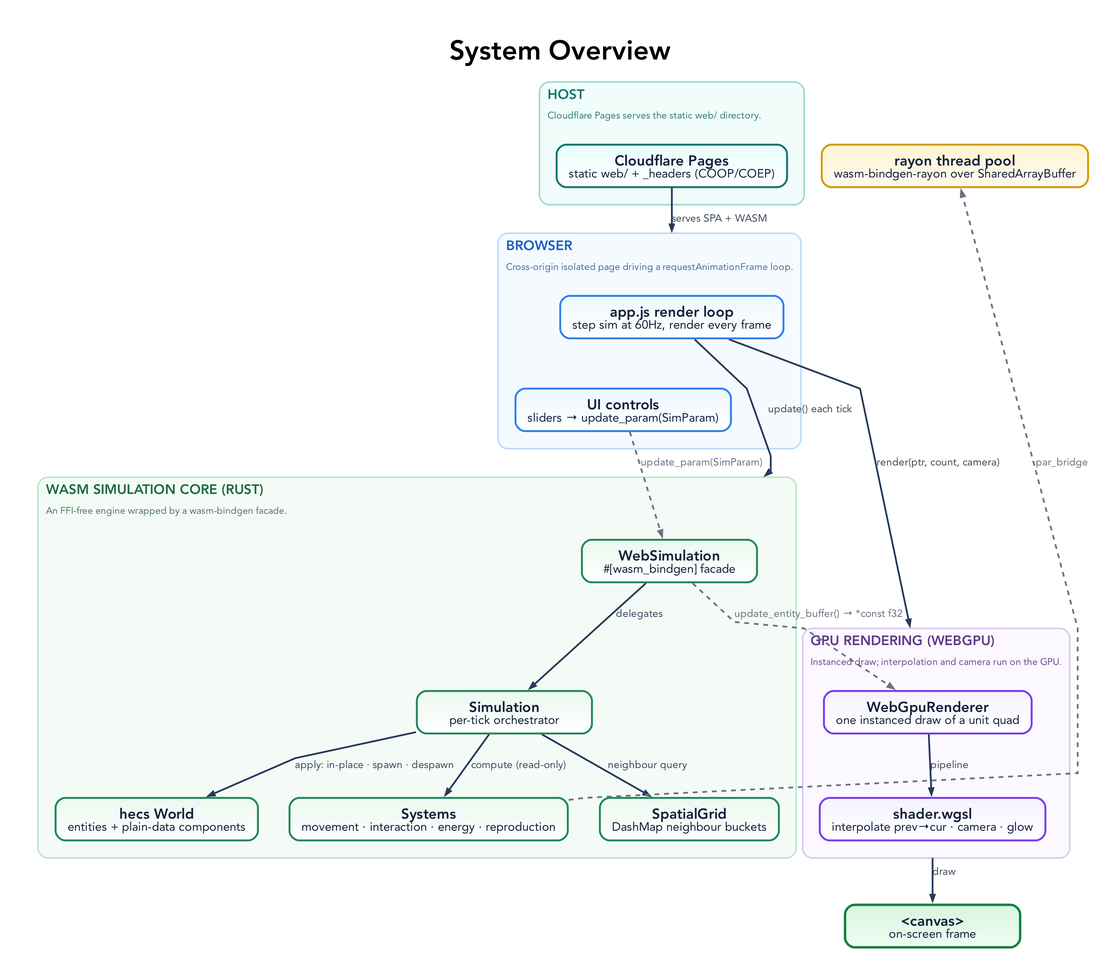
This is docs/diagrams/system-overview.png from rgilks/evo, a Graphviz export, as it was before one commit. Its source is kept beside it as docs/diagrams/system-overview.dot. The source it was exported from:
```dot
digraph SystemOverview {
  graph [
    rankdir=TB,
    bgcolor="#ffffff",
    pad="0.55",
    nodesep="0.55",
    ranksep="0.85",
    splines=polyline,
    outputorder=edgesfirst,
    compound=true,
    newrank=true,
    forcelabels=true,
    fontname="Avenir",
    label=<
      <TABLE BORDER="0" CELLBORDER="0" CELLSPACING="0" CELLPADDING="0">
        <TR><TD><FONT POINT-SIZE="34"><B>System Overview</B></FONT></TD></TR>
      </TABLE>
    >,
    labelloc=t,
    labeljust=c
  ];

  node [
    shape=box,
    style="rounded,filled",
    margin="0.21,0.13",
    width=3.05,
    height=0.74,
    fixedsize=false,
    fontname="Avenir",
    fontsize=18,
    penwidth=2.4,
    fontcolor="#14213d",
    color="#2264c7",
    fillcolor="#eaf3ff:#ffffff",
    gradientangle=270
  ];

  edge [
    color="#263a59",
    fontname="Avenir",
    fontsize=13,
    fontcolor="#3d4a5c",
    penwidth=2.2,
    arrowsize=0.78
  ];

  subgraph cluster_host {
    graph [
      label=<
        <TABLE BORDER="0" CELLBORDER="0" CELLSPACING="0" CELLPADDING="2">
          <TR><TD ALIGN="LEFT"><FONT POINT-SIZE="17" COLOR="#0f766e"><B>HOST</B></FONT></TD></TR>
          <TR><TD ALIGN="LEFT"><FONT POINT-SIZE="12" COLOR="#357a74">Cloudflare Pages serves the static web/ directory.</FONT></TD></TR>
        </TABLE>
      >,
      labelloc=t, labeljust=l,
      color="#99d5cf", fillcolor="#f0fdfa", style="rounded,filled", penwidth=1.8, margin=22
    ];
    H1 [label=<<B>Cloudflare Pages</B><BR/><FONT POINT-SIZE="15">static web/ + _headers (COOP/COEP)</FONT>>, fillcolor="#e6fffb:#ffffff", color="#0f766e"];
  }

  subgraph cluster_browser {
    graph [
      label=<
        <TABLE BORDER="0" CELLBORDER="0" CELLSPACING="0" CELLPADDING="2">
          <TR><TD ALIGN="LEFT"><FONT POINT-SIZE="17" COLOR="#1f5fbf"><B>BROWSER</B></FONT></TD></TR>
          <TR><TD ALIGN="LEFT"><FONT POINT-SIZE="12" COLOR="#496f9f">Cross-origin isolated page driving a requestAnimationFrame loop.</FONT></TD></TR>
        </TABLE>
      >,
      labelloc=t, labeljust=l,
      color="#b9d8ff", fillcolor="#f5faff", style="rounded,filled", penwidth=1.8, margin=22
    ];
    B1 [label=<<B>app.js render loop</B><BR/><FONT POINT-SIZE="15">step sim at 60Hz, render every frame</FONT>>, fillcolor="#edf7ff:#ffffff", color="#2f80ed"];
    B2 [label=<<B>UI controls</B><BR/><FONT POINT-SIZE="15">sliders → update_param(SimParam)</FONT>>, fillcolor="#edf7ff:#ffffff", color="#2f80ed"];
    B1 -> B2 [style=invis];
  }

  subgraph cluster_core {
    graph [
      label=<
        <TABLE BORDER="0" CELLBORDER="0" CELLSPACING="0" CELLPADDING="2">
          <TR><TD ALIGN="LEFT"><FONT POINT-SIZE="17" COLOR="#1e6b43"><B>WASM SIMULATION CORE (RUST)</B></FONT></TD></TR>
          <TR><TD ALIGN="LEFT"><FONT POINT-SIZE="12" COLOR="#4e7a61">An FFI-free engine wrapped by a wasm-bindgen facade.</FONT></TD></TR>
        </TABLE>
      >,
      labelloc=t, labeljust=l,
      color="#b8e5c8", fillcolor="#f4fbf6", style="rounded,filled", penwidth=1.8, margin=22
    ];
    C1 [label=<<B>WebSimulation</B><BR/><FONT POINT-SIZE="15">#[wasm_bindgen] facade</FONT>>, fillcolor="#eaf8ef:#ffffff", color="#22865a"];
    C2 [label=<<B>Simulation</B><BR/><FONT POINT-SIZE="15">per-tick orchestrator</FONT>>, fillcolor="#eaf8ef:#ffffff", color="#22865a"];
    C3 [label=<<B>hecs World</B><BR/><FONT POINT-SIZE="15">entities + plain-data components</FONT>>, fillcolor="#eaf8ef:#ffffff", color="#22865a"];
    C4 [label=<<B>Systems</B><BR/><FONT POINT-SIZE="15">movement · interaction · energy · reproduction</FONT>>, fillcolor="#eaf8ef:#ffffff", color="#22865a"];
    C5 [label=<<B>SpatialGrid</B><BR/><FONT POINT-SIZE="15">DashMap neighbour buckets</FONT>>, fillcolor="#eaf8ef:#ffffff", color="#22865a"];
  }

  TP [label=<<B>rayon thread pool</B><BR/><FONT POINT-SIZE="15">wasm-bindgen-rayon over SharedArrayBuffer</FONT>>, fillcolor="#fff4d1:#fffaf0", color="#d39a00"];

  subgraph cluster_gpu {
    graph [
      label=<
        <TABLE BORDER="0" CELLBORDER="0" CELLSPACING="0" CELLPADDING="2">
          <TR><TD ALIGN="LEFT"><FONT POINT-SIZE="17" COLOR="#5f3b8a"><B>GPU RENDERING (WEBGPU)</B></FONT></TD></TR>
          <TR><TD ALIGN="LEFT"><FONT POINT-SIZE="12" COLOR="#6d4d8d">Instanced draw; interpolation and camera run on the GPU.</FONT></TD></TR>
        </TABLE>
      >,
      labelloc=t, labeljust=l,
      color="#d6c6ee", fillcolor="#fbf8ff", style="rounded,filled", penwidth=1.8, margin=22
    ];
    G1 [label=<<B>WebGpuRenderer</B><BR/><FONT POINT-SIZE="15">one instanced draw of a unit quad</FONT>>, fillcolor="#f5f3ff:#ffffff", color="#7c3aed"];
    G2 [label=<<B>shader.wgsl</B><BR/><FONT POINT-SIZE="15">interpolate prev→cur · camera · glow</FONT>>, fillcolor="#f5f3ff:#ffffff", color="#7c3aed"];
    G1 -> G2 [label="pipeline"];
  }

  CANVAS [label=<<B>&lt;canvas&gt;</B><BR/><FONT POINT-SIZE="15">on-screen frame</FONT>>, fillcolor="#d8f5de:#effcf2", color="#15803d", penwidth=3.0];

  H1 -> B1 [lhead=cluster_browser, label="serves SPA + WASM"];

  B1 -> C1 [lhead=cluster_core, label="update() each tick"];
  B2 -> C1 [label="update_param(SimParam)", color="#6b7280", fontcolor="#6b7280", style=dashed];

  C1 -> C2 [label="delegates"];
  C2 -> C4 [label="compute (read-only)"];
  C2 -> C5 [label="neighbour query"];
  C2 -> C3 [label="apply: in-place · spawn · despawn"];
  C4 -> TP [label="par_bridge", color="#6b7280", fontcolor="#6b7280", style=dashed, constraint=false];

  B1 -> G1 [lhead=cluster_gpu, label="render(ptr, count, camera)"];
  C1 -> G1 [label="update_entity_buffer() → *const f32", color="#6b7280", fontcolor="#6b7280", style=dashed];
  G2 -> CANVAS [ltail=cluster_gpu, label="draw"];
}
```
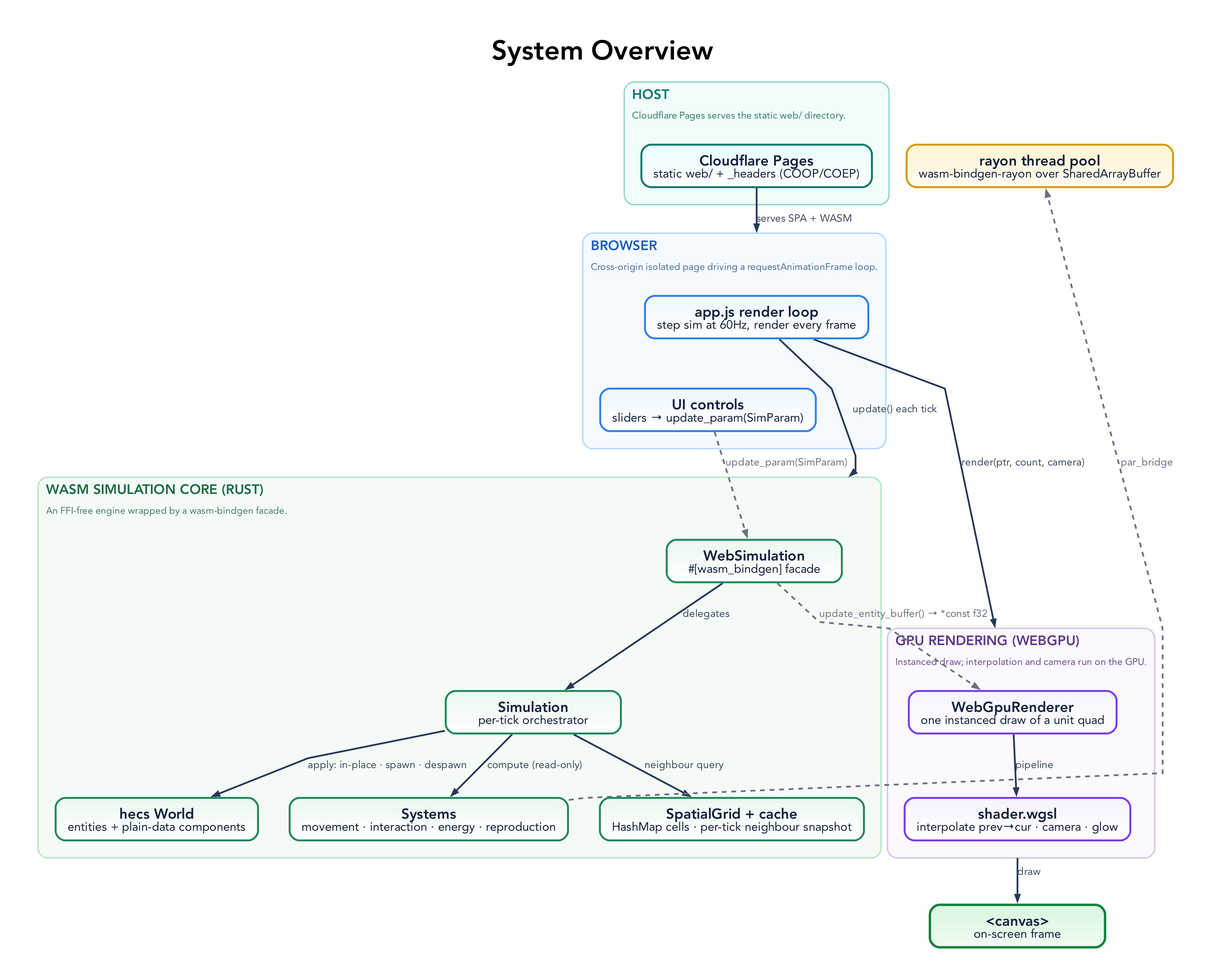
After the change.

Commit message:
Diagrams: correct stale DashMap reference

The edit, as a diff of the source:
```diff
@@ -90,7 +90,7 @@
     C2 [label=<<B>Simulation</B><BR/><FONT POINT-SIZE="15">per-tick orchestrator</FONT>>, fillcolor="#eaf8ef:#ffffff", color="#22865a"];
     C3 [label=<<B>hecs World</B><BR/><FONT POINT-SIZE="15">entities + plain-data components</FONT>>, fillcolor="#eaf8ef:#ffffff", color="#22865a"];
     C4 [label=<<B>Systems</B><BR/><FONT POINT-SIZE="15">movement · interaction · energy · reproduction</FONT>>, fillcolor="#eaf8ef:#ffffff", color="#22865a"];
-    C5 [label=<<B>SpatialGrid</B><BR/><FONT POINT-SIZE="15">DashMap neighbour buckets</FONT>>, fillcolor="#eaf8ef:#ffffff", color="#22865a"];
+    C5 [label=<<B>SpatialGrid + cache</B><BR/><FONT POINT-SIZE="15">HashMap cells · per-tick neighbour snapshot</FONT>>, fillcolor="#eaf8ef:#ffffff", color="#22865a"];
   }
 
   TP [label=<<B>rayon thread pool</B><BR/><FONT POINT-SIZE="15">wasm-bindgen-rayon over SharedArrayBuffer</FONT>>, fillcolor="#fff4d1:#fffaf0", color="#d39a00"];
```
